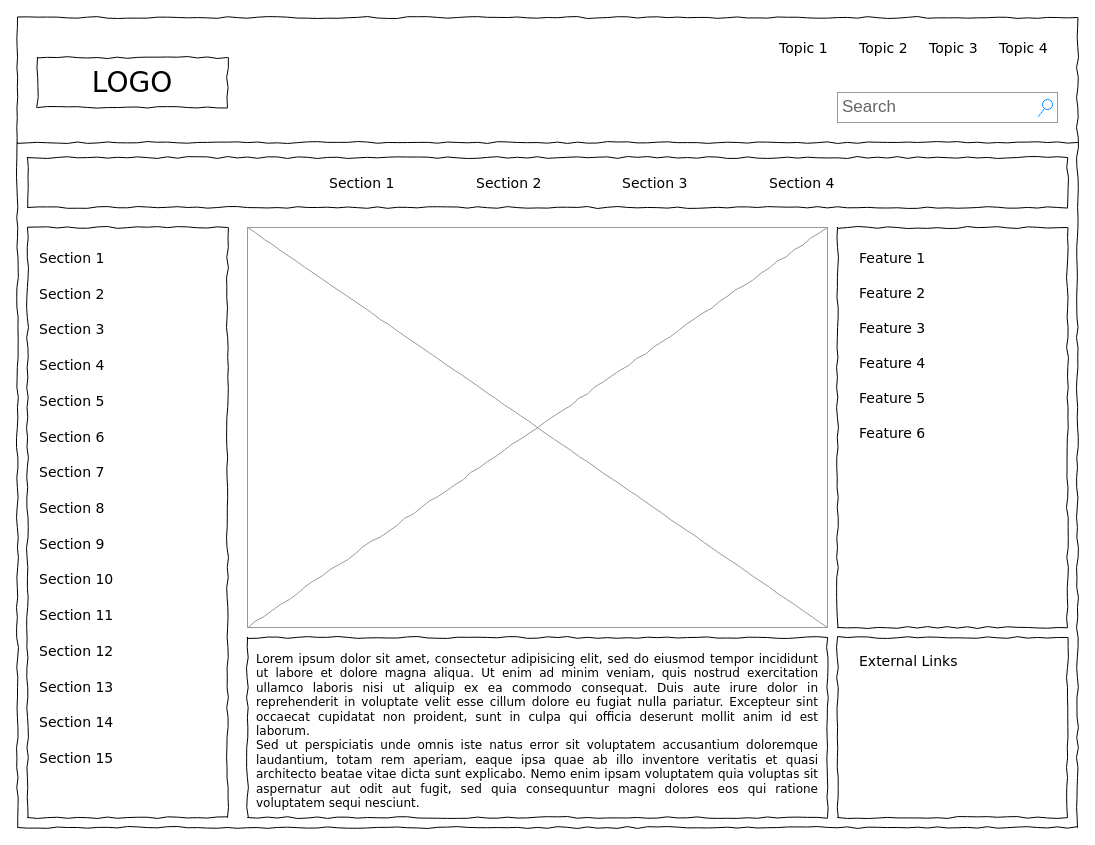
This is resources/Untitled Diagram.drawio from tonyngophd/dronest, a draw.io file, before an edit. Source tidied: cells renumbered, new cells numbered last; positions are measured from the earlier drawing's top-left corner, leaving out a move shared by most shapes. Both pictures are drawn from the tidied source at 100%, with x=0, y=0 at pixel (17, 17).
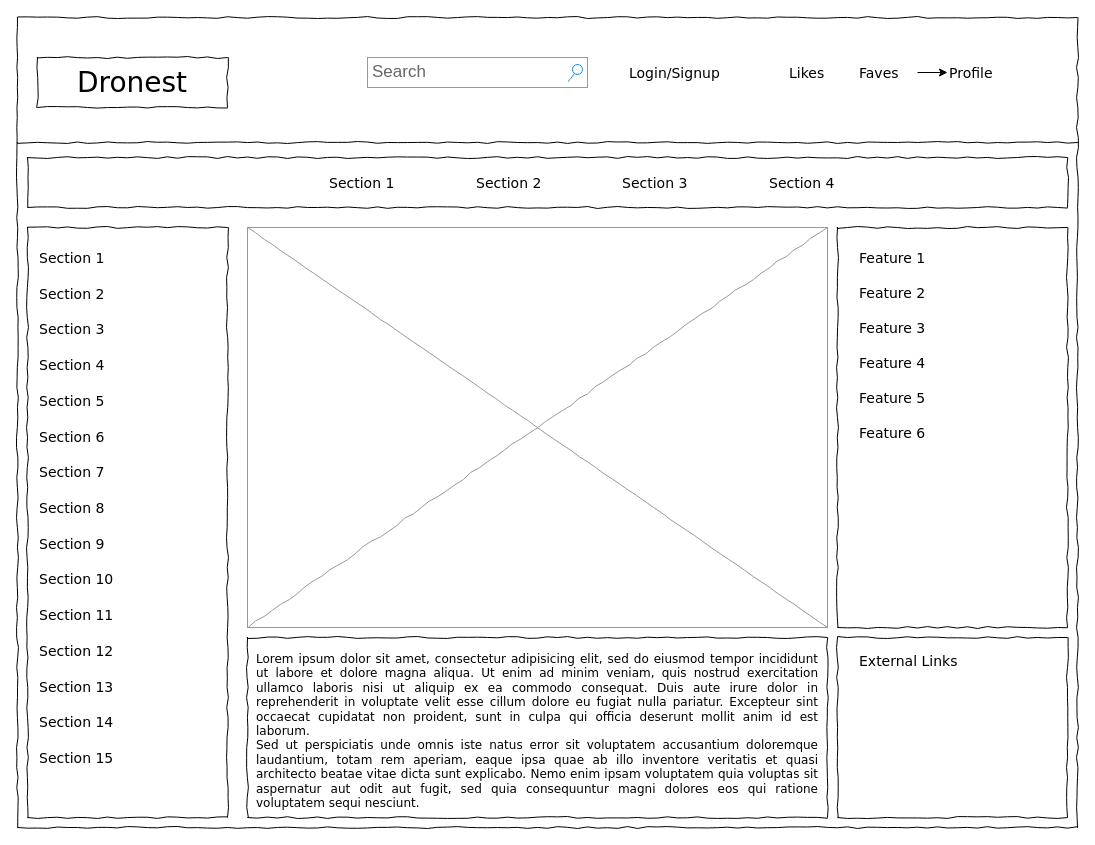
The same page after the edit.

The edit, as a diff of the source:
```diff
@@
-    <mxCell id="3" value="LOGO" style="whiteSpace=wrap;html=1;rounded=0;shadow=0;labelBackgroundColor=none;strokeWidth=1;fontFamily=Verdana;fontSize=28;align=center;comic=1;" parent="1" vertex="1">
+    <mxCell id="3" value="Dronest" style="whiteSpace=wrap;html=1;rounded=0;shadow=0;labelBackgroundColor=none;strokeWidth=1;fontFamily=Verdana;fontSize=28;align=center;comic=1;" parent="1" vertex="1">
       <mxGeometry x="20" y="40" width="190" height="50" as="geometry" />
     </mxCell>
     <mxCell id="4" value="Search" style="strokeWidth=1;shadow=0;dashed=0;align=center;html=1;shape=mxgraph.mockup.forms.searchBox;strokeColor=#999999;mainText=;strokeColor2=#008cff;fontColor=#666666;fontSize=17;align=left;spacingLeft=3;rounded=0;labelBackgroundColor=none;comic=1;" parent="1" vertex="1">
-      <mxGeometry x="820" y="75" width="220" height="30" as="geometry" />
+      <mxGeometry x="350" y="40" width="220" height="30" as="geometry" />
     </mxCell>
-    <mxCell id="5" value="Topic 1" style="text;html=1;align=left;verticalAlign=top;spacingTop=-4;fontSize=14;fontFamily=Verdana;" parent="1" vertex="1">
-      <mxGeometry x="760" y="20" width="60" height="20" as="geometry" />
+    <mxCell id="5" value="Login/Signup" style="text;html=1;align=left;verticalAlign=top;spacingTop=-4;fontSize=14;fontFamily=Verdana;" parent="1" vertex="1">
+      <mxGeometry x="610" y="45" width="60" height="20" as="geometry" />
     </mxCell>
-    <mxCell id="6" value="Topic 2" style="text;html=1;align=left;verticalAlign=top;spacingTop=-4;fontSize=14;fontFamily=Verdana;" parent="1" vertex="1">
-      <mxGeometry x="840" y="20" width="60" height="20" as="geometry" />
+    <mxCell id="6" value="Likes" style="text;html=1;align=left;verticalAlign=top;spacingTop=-4;fontSize=14;fontFamily=Verdana;" parent="1" vertex="1">
+      <mxGeometry x="770" y="45" width="60" height="20" as="geometry" />
     </mxCell>
+    <mxCell id="42" style="edgeStyle=orthogonalEdgeStyle;rounded=0;jettySize=auto;html=1;" parent="1" edge="1" source="7" target="8">
+      <mxGeometry relative="1" as="geometry" />
+    </mxCell>
-    <mxCell id="7" value="Topic 3" style="text;html=1;points=[];align=left;verticalAlign=top;spacingTop=-4;fontSize=14;fontFamily=Verdana;" parent="1" vertex="1">
-      <mxGeometry x="910" y="20" width="60" height="20" as="geometry" />
+    <mxCell id="7" value="Faves" style="text;html=1;points=[];align=left;verticalAlign=top;spacingTop=-4;fontSize=14;fontFamily=Verdana;" parent="1" vertex="1">
+      <mxGeometry x="840" y="45" width="60" height="20" as="geometry" />
     </mxCell>
-    <mxCell id="8" value="Topic 4" style="text;html=1;points=[];align=left;verticalAlign=top;spacingTop=-4;fontSize=14;fontFamily=Verdana;" parent="1" vertex="1">
-      <mxGeometry x="980" y="20" width="60" height="20" as="geometry" />
+    <mxCell id="8" value="Profile" style="text;html=1;points=[];align=left;verticalAlign=top;spacingTop=-4;fontSize=14;fontFamily=Verdana;" parent="1" vertex="1">
+      <mxGeometry x="930" y="45" width="60" height="20" as="geometry" />
     </mxCell>
```
